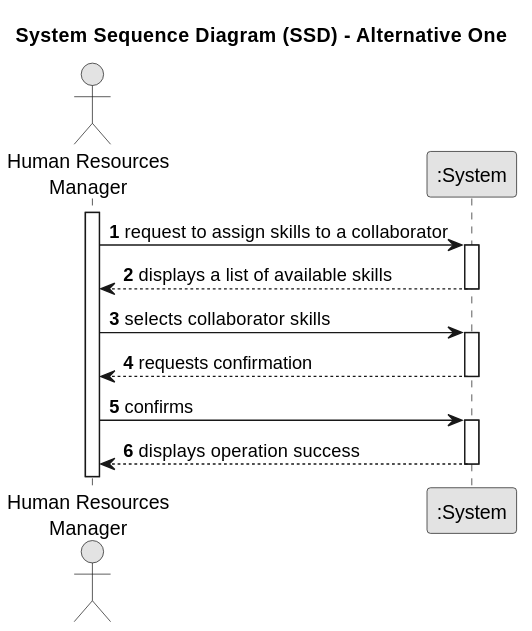
Above: docs/sprintB/us004/01.requirements-engineering/svg/us004-system-sequence-diagram-alternative-one.svg in diogoveirospro/lei-24-s2-1dg-g072 (PlantUML), before the change.
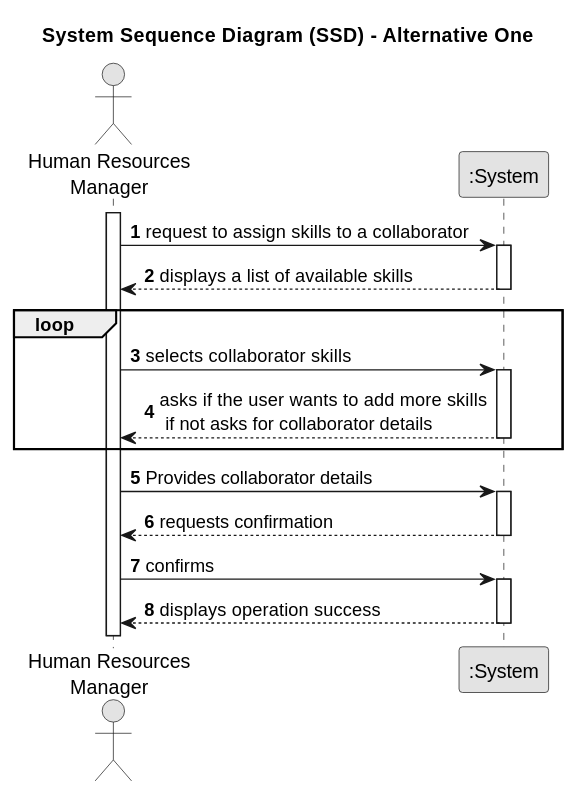
The same file after the commit.

What changed in the source:
```diff
@@ -17,8 +17,14 @@
 
         System --> HRM : displays a list of available skills
     deactivate System
+loop
+    HRM -> System : selects collaborator skills
+    activate System
 
-    HRM -> System : selects collaborator skills
+            System --> HRM: asks if the user wants to add more skills\n if not asks for collaborator details
+    deactivate System
+end
+    HRM -> System : Provides collaborator details
     activate System
 
         System --> HRM : requests confirmation
```
